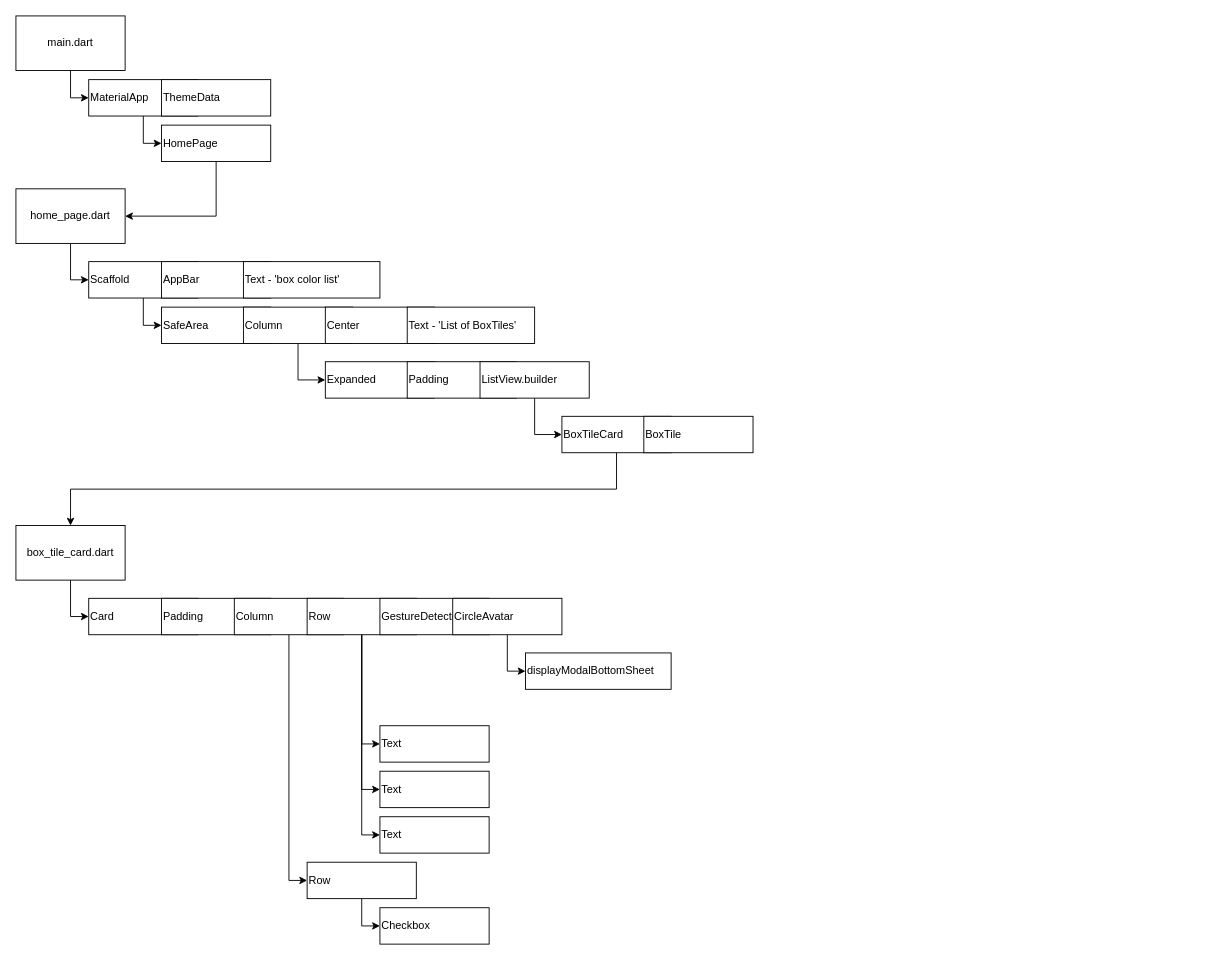
Before: Untitled Diagram.drawio in carlstep/box_color_list_2, a draw.io diagram. Source tidied: cells renumbered, new cells numbered last; positions are measured from the earlier drawing's top-left corner, leaving out a move shared by most shapes. Both pictures are drawn from the tidied source at 91%, with x=0, y=0 at pixel (15, 15).
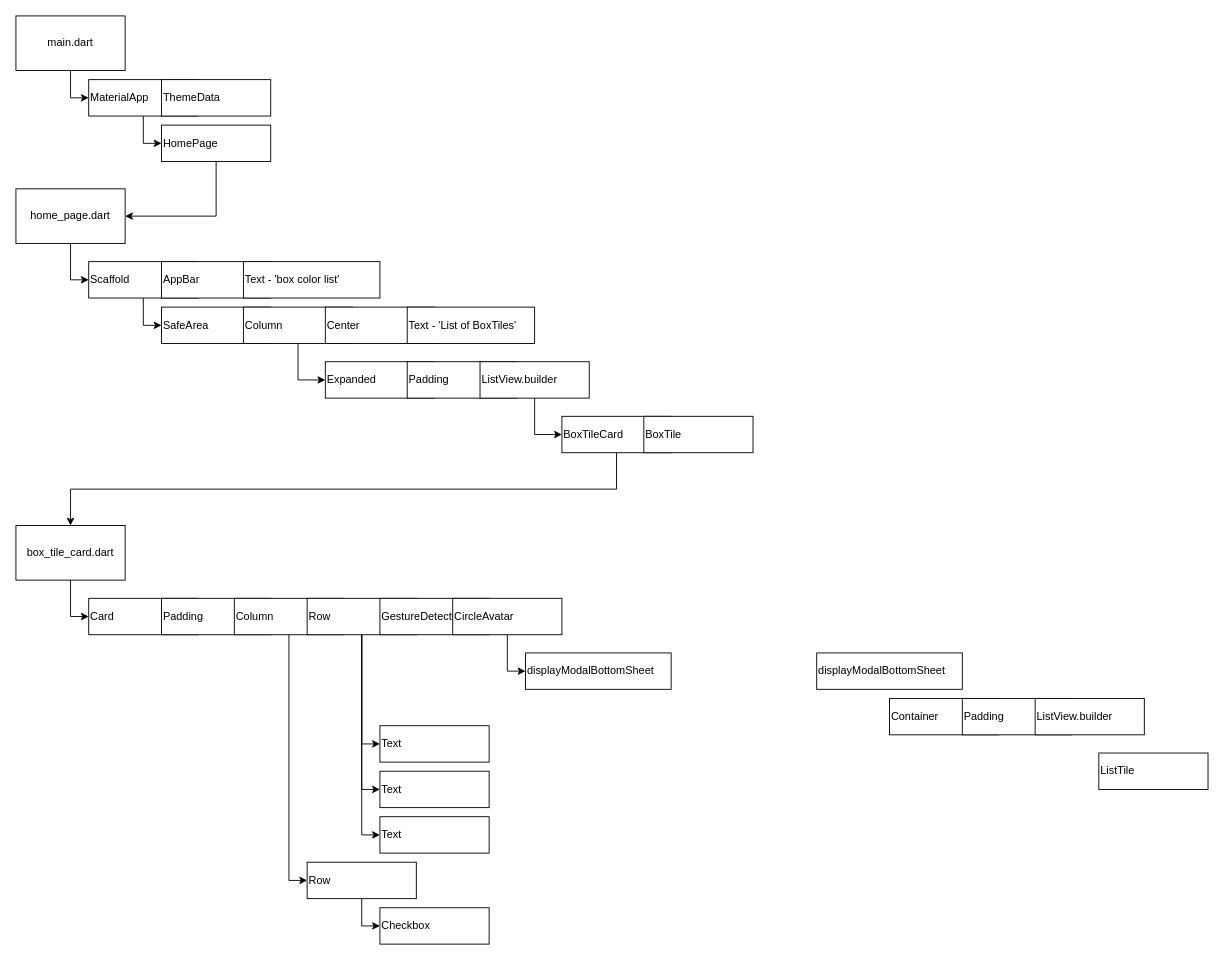
After the change.

Change to the diagram source:
```diff
@@
+    <mxCell id="47" value="displayModalBottomSheet" style="rounded=0;whiteSpace=wrap;html=1;align=left;" parent="1" vertex="1">
+      <mxGeometry x="880" y="700" width="160" height="40" as="geometry" />
+    </mxCell>
+    <mxCell id="48" value="Container" style="rounded=0;whiteSpace=wrap;html=1;align=left;" parent="1" vertex="1">
+      <mxGeometry x="960" y="750" width="120" height="40" as="geometry" />
+    </mxCell>
+    <mxCell id="49" value="Padding" style="rounded=0;whiteSpace=wrap;html=1;align=left;" parent="1" vertex="1">
+      <mxGeometry x="1040" y="750" width="120" height="40" as="geometry" />
+    </mxCell>
+    <mxCell id="50" value="ListView.builder" style="rounded=0;whiteSpace=wrap;html=1;align=left;" parent="1" vertex="1">
+      <mxGeometry x="1120" y="750" width="120" height="40" as="geometry" />
+    </mxCell>
+    <mxCell id="51" value="ListTile" style="rounded=0;whiteSpace=wrap;html=1;align=left;" parent="1" vertex="1">
+      <mxGeometry x="1190" y="810" width="120" height="40" as="geometry" />
+    </mxCell>
```
